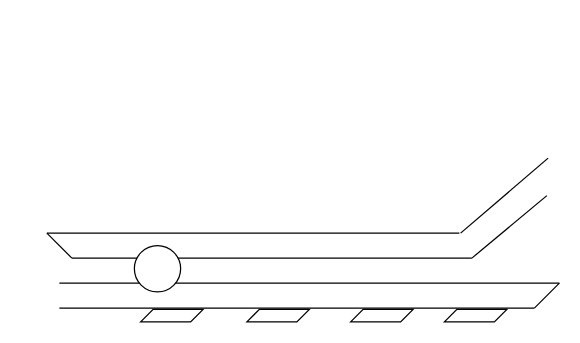
The draw.io diagram page "Page-2" (2 of 2) of Untitled Diagram.drawio in burakbasaraann/drawing, before the edit. Source tidied: cells renumbered, new cells numbered last; positions are measured from the earlier drawing's top-left corner, leaving out a move shared by most shapes. Both pictures are drawn from the tidied source at 125%, with x=0, y=0 at pixel (46, 158).
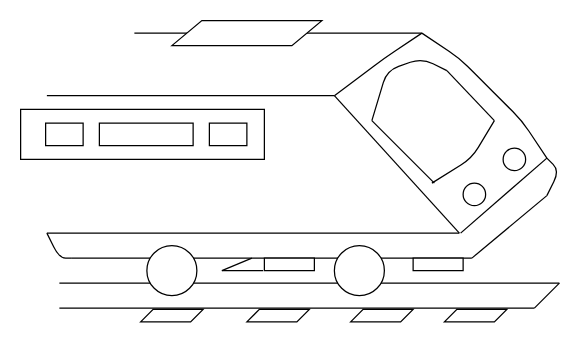
The same page after the edit.

The edit, as a diff of the source:
```diff
@@
+    <mxCell id="16" style="rounded=0;whiteSpace=wrap;html=1;fontFamily=Helvetica;fontSize=14;" parent="1" vertex="1">
+      <mxGeometry x="-21" y="-39" width="195" height="40" as="geometry" />
+    </mxCell>
@@
     <mxCell id="10" style="endArrow=none;html=1;strokeColor=#000000;fontFamily=Helvetica;fontSize=14;" parent="1" edge="1">
       <mxGeometry relative="1" as="geometry">
         <mxPoint x="20" y="80" as="sourcePoint" />
         <mxPoint y="60" as="targetPoint" />
+        <Array as="points">
+          <mxPoint x="10" y="80" />
+        </Array>
       </mxGeometry>
     </mxCell>
@@
-    <mxCell id="13" style="ellipse;whiteSpace=wrap;html=1;fontFamily=Helvetica;fontSize=14;" parent="1" vertex="1">
-      <mxGeometry x="70" y="70" width="37" height="37" as="geometry" />
-    </mxCell>
@@
     <mxCell id="15" style="endArrow=none;html=1;strokeColor=#000000;fontFamily=Helvetica;fontSize=14;" parent="1" edge="1">
       <mxGeometry relative="1" as="geometry">
         <mxPoint x="331" y="60" as="sourcePoint" />
-        <mxPoint x="401" as="targetPoint" />
+        <mxPoint x="400" as="targetPoint" />
       </mxGeometry>
     </mxCell>
+    <mxCell id="17" style="rounded=0;whiteSpace=wrap;html=1;fontFamily=Helvetica;fontSize=14;" parent="1" vertex="1">
+      <mxGeometry x="174" y="80" width="40" height="10" as="geometry" />
+    </mxCell>
+    <mxCell id="18" style="endArrow=none;html=1;strokeColor=#000000;fontFamily=Helvetica;fontSize=14;exitX=0;exitY=1;exitDx=0;exitDy=0;" parent="1" edge="1">
+      <mxGeometry relative="1" as="geometry">
+        <mxPoint x="173" y="90" as="sourcePoint" />
+        <mxPoint x="140" y="90" as="targetPoint" />
+      </mxGeometry>
+    </mxCell>
+    <mxCell id="19" style="endArrow=none;html=1;strokeColor=#000000;fontFamily=Helvetica;fontSize=14;" parent="1" edge="1">
+      <mxGeometry relative="1" as="geometry">
+        <mxPoint x="400" y="30" as="sourcePoint" />
+        <mxPoint x="400" as="targetPoint" />
+        <Array as="points">
+          <mxPoint x="410" y="10" />
+        </Array>
+      </mxGeometry>
+    </mxCell>
+    <mxCell id="20" style="endArrow=none;html=1;strokeColor=#000000;fontFamily=Helvetica;fontSize=14;" parent="1" edge="1">
+      <mxGeometry relative="1" as="geometry">
+        <mxPoint x="140" y="90" as="sourcePoint" />
+        <mxPoint x="164" y="80" as="targetPoint" />
+      </mxGeometry>
+    </mxCell>
+    <mxCell id="21" style="rounded=0;whiteSpace=wrap;html=1;fontFamily=Helvetica;fontSize=14;" parent="1" vertex="1">
+      <mxGeometry x="293" y="80" width="40" height="10" as="geometry" />
+    </mxCell>
+    <mxCell id="22" style="endArrow=none;html=1;strokeColor=#000000;fontFamily=Helvetica;fontSize=14;" parent="1" edge="1">
+      <mxGeometry relative="1" as="geometry">
+        <mxPoint x="400" as="sourcePoint" />
+        <mxPoint x="300" y="-100" as="targetPoint" />
+        <Array as="points">
+          <mxPoint x="380" y="-30" />
+          <mxPoint x="350" y="-60" />
+          <mxPoint x="330" y="-80" />
+        </Array>
+      </mxGeometry>
+    </mxCell>
+    <mxCell id="23" style="endArrow=none;html=1;strokeColor=#000000;fontFamily=Helvetica;fontSize=14;" parent="1" edge="1">
+      <mxGeometry relative="1" as="geometry">
+        <mxPoint x="230" y="-50" as="sourcePoint" />
+        <mxPoint x="300" y="-100" as="targetPoint" />
+        <Array as="points">
+          <mxPoint x="270" y="-80" />
+        </Array>
+      </mxGeometry>
+    </mxCell>
+    <mxCell id="24" style="endArrow=none;html=1;strokeColor=#000000;fontFamily=Helvetica;fontSize=14;" parent="1" edge="1">
+      <mxGeometry relative="1" as="geometry">
+        <mxPoint x="330" y="60" as="sourcePoint" />
+        <mxPoint x="230" y="-50" as="targetPoint" />
+      </mxGeometry>
+    </mxCell>
+    <mxCell id="25" style="endArrow=none;html=1;strokeColor=#000000;fontFamily=Helvetica;fontSize=14;" parent="1" edge="1">
+      <mxGeometry relative="1" as="geometry">
+        <mxPoint x="308" y="20" as="sourcePoint" />
+        <mxPoint x="358" y="-30" as="targetPoint" />
+        <Array as="points">
+          <mxPoint x="340" />
+        </Array>
+      </mxGeometry>
+    </mxCell>
+    <mxCell id="26" style="endArrow=none;html=1;strokeColor=#000000;fontFamily=Helvetica;fontSize=14;" parent="1" edge="1">
+      <mxGeometry relative="1" as="geometry">
+        <mxPoint x="310" y="20" as="sourcePoint" />
+        <mxPoint x="260" y="-30" as="targetPoint" />
+      </mxGeometry>
+    </mxCell>
+    <mxCell id="27" style="endArrow=none;html=1;strokeColor=#000000;fontFamily=Helvetica;fontSize=14;" parent="1" edge="1">
+      <mxGeometry relative="1" as="geometry">
+        <mxPoint x="358" y="-30" as="sourcePoint" />
+        <mxPoint x="320" y="-70" as="targetPoint" />
+      </mxGeometry>
+    </mxCell>
+    <mxCell id="28" style="endArrow=none;html=1;strokeColor=#000000;fontFamily=Helvetica;fontSize=14;" parent="1" edge="1">
+      <mxGeometry relative="1" as="geometry">
+        <mxPoint x="260" y="-30" as="sourcePoint" />
+        <mxPoint x="320" y="-70" as="targetPoint" />
+        <Array as="points">
+          <mxPoint x="272" y="-70" />
+          <mxPoint x="300" y="-80" />
+        </Array>
+      </mxGeometry>
+    </mxCell>
+    <mxCell id="29" style="ellipse;whiteSpace=wrap;html=1;fontFamily=Helvetica;fontSize=14;" parent="1" vertex="1">
+      <mxGeometry x="80" y="70" width="40" height="40" as="geometry" />
+    </mxCell>
+    <mxCell id="30" style="ellipse;whiteSpace=wrap;html=1;fontFamily=Helvetica;fontSize=14;" parent="1" vertex="1">
+      <mxGeometry x="230" y="70" width="40" height="40" as="geometry" />
+    </mxCell>
+    <mxCell id="31" style="ellipse;whiteSpace=wrap;html=1;fontFamily=Helvetica;fontSize=14;" parent="1" vertex="1">
+      <mxGeometry x="333" y="20" width="18" height="18" as="geometry" />
+    </mxCell>
+    <mxCell id="32" style="ellipse;whiteSpace=wrap;html=1;fontFamily=Helvetica;fontSize=14;" parent="1" vertex="1">
+      <mxGeometry x="365" y="-8" width="18" height="18" as="geometry" />
+    </mxCell>
+    <mxCell id="33" style="endArrow=none;html=1;strokeColor=#000000;fontFamily=Helvetica;fontSize=14;" parent="1" edge="1">
+      <mxGeometry relative="1" as="geometry">
+        <mxPoint x="70" y="-100" as="sourcePoint" />
+        <mxPoint x="300" y="-100" as="targetPoint" />
+      </mxGeometry>
+    </mxCell>
+    <mxCell id="34" style="endArrow=none;html=1;strokeColor=#000000;fontFamily=Helvetica;fontSize=14;" parent="1" edge="1">
+      <mxGeometry relative="1" as="geometry">
+        <mxPoint y="-50" as="sourcePoint" />
+        <mxPoint x="230" y="-50" as="targetPoint" />
+      </mxGeometry>
+    </mxCell>
+    <mxCell id="35" style="rounded=0;whiteSpace=wrap;html=1;fontFamily=Helvetica;fontSize=14;" parent="1" vertex="1">
+      <mxGeometry x="-1" y="-28" width="30" height="18" as="geometry" />
+    </mxCell>
+    <mxCell id="36" style="rounded=0;whiteSpace=wrap;html=1;fontFamily=Helvetica;fontSize=14;" parent="1" vertex="1">
+      <mxGeometry x="42" y="-28" width="75" height="18" as="geometry" />
+    </mxCell>
+    <mxCell id="37" style="rounded=0;whiteSpace=wrap;html=1;fontFamily=Helvetica;fontSize=14;" parent="1" vertex="1">
+      <mxGeometry x="130" y="-28" width="30" height="18" as="geometry" />
+    </mxCell>
+    <mxCell id="38" style="shape=parallelogram;perimeter=parallelogramPerimeter;whiteSpace=wrap;html=1;fontFamily=Helvetica;fontSize=14;" parent="1" vertex="1">
+      <mxGeometry x="100" y="-110" width="120" height="20" as="geometry" />
+    </mxCell>
```
